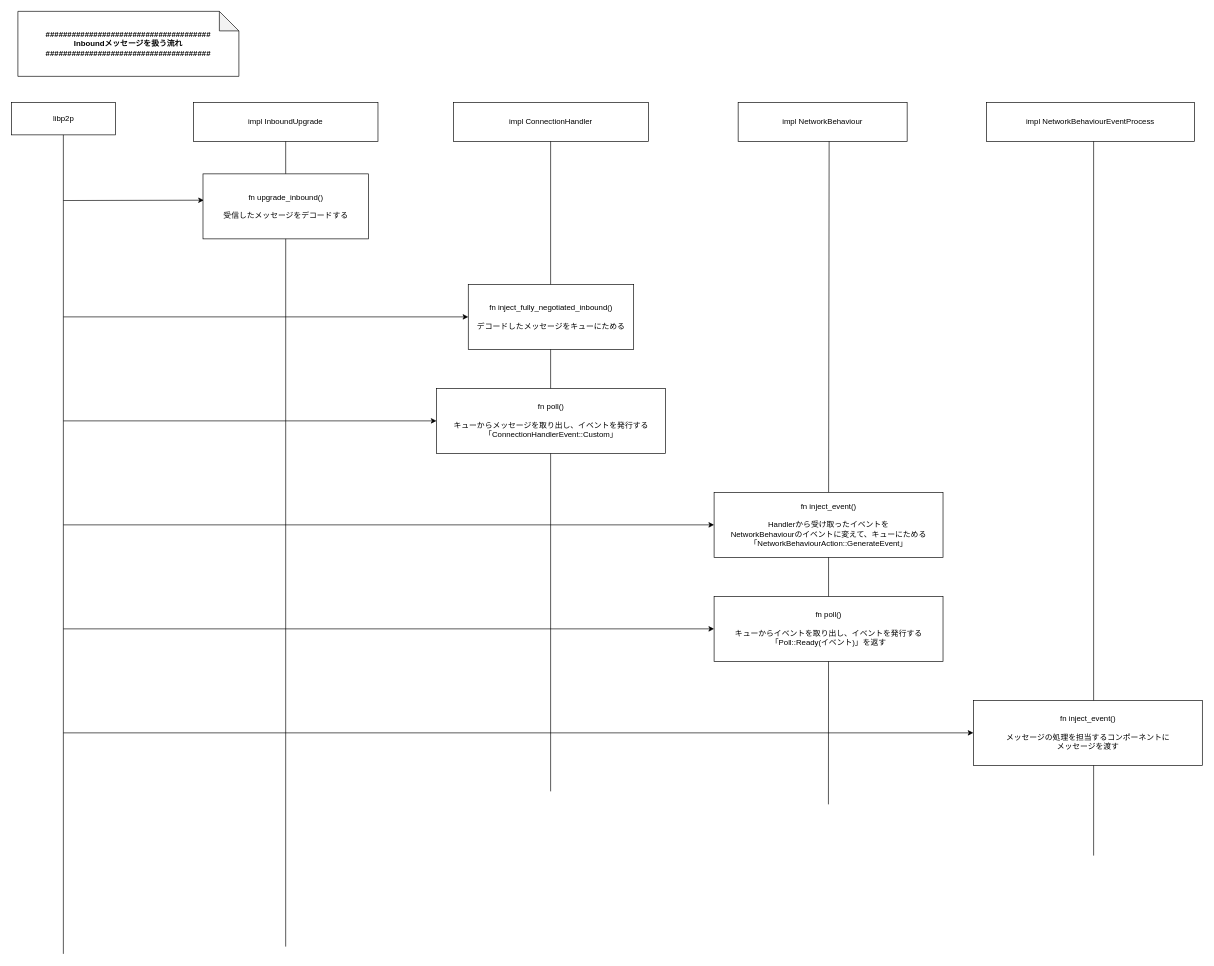
Above: libp2p/inbound_message.drawio in ackintosh/sandbox (draw.io), before the change. Source tidied: cells renumbered, new cells numbered last; positions are measured from the earlier drawing's top-left corner, leaving out a move shared by most shapes. Both pictures are drawn from the tidied source at 65%, with x=0, y=0 at pixel (11, 11).
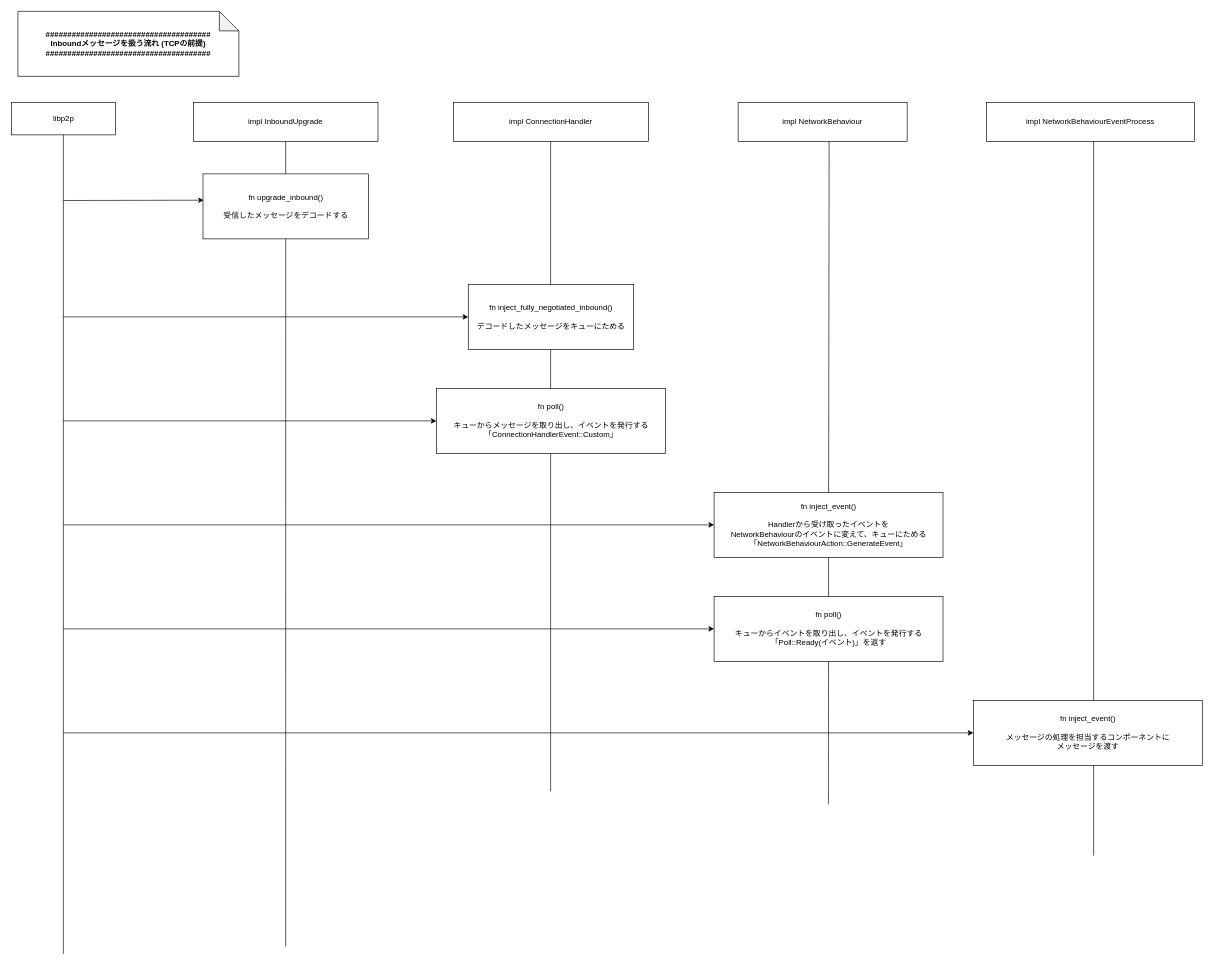
After the change.

The edit, as a diff of the source:
```diff
@@
-    <mxCell id="8" value="######################################&lt;br&gt;Inboundメッセージを扱う流れ&lt;br&gt;######################################" style="shape=note;whiteSpace=wrap;html=1;backgroundOutline=1;darkOpacity=0.05;fontStyle=1;" parent="1" vertex="1">
+    <mxCell id="8" value="######################################&lt;br&gt;Inboundメッセージを扱う流れ (TCPの前提)&lt;br&gt;######################################" style="shape=note;whiteSpace=wrap;html=1;backgroundOutline=1;darkOpacity=0.05;fontStyle=1;" parent="1" vertex="1">
       <mxGeometry x="10" width="340" height="100" as="geometry" />
     </mxCell>
```
